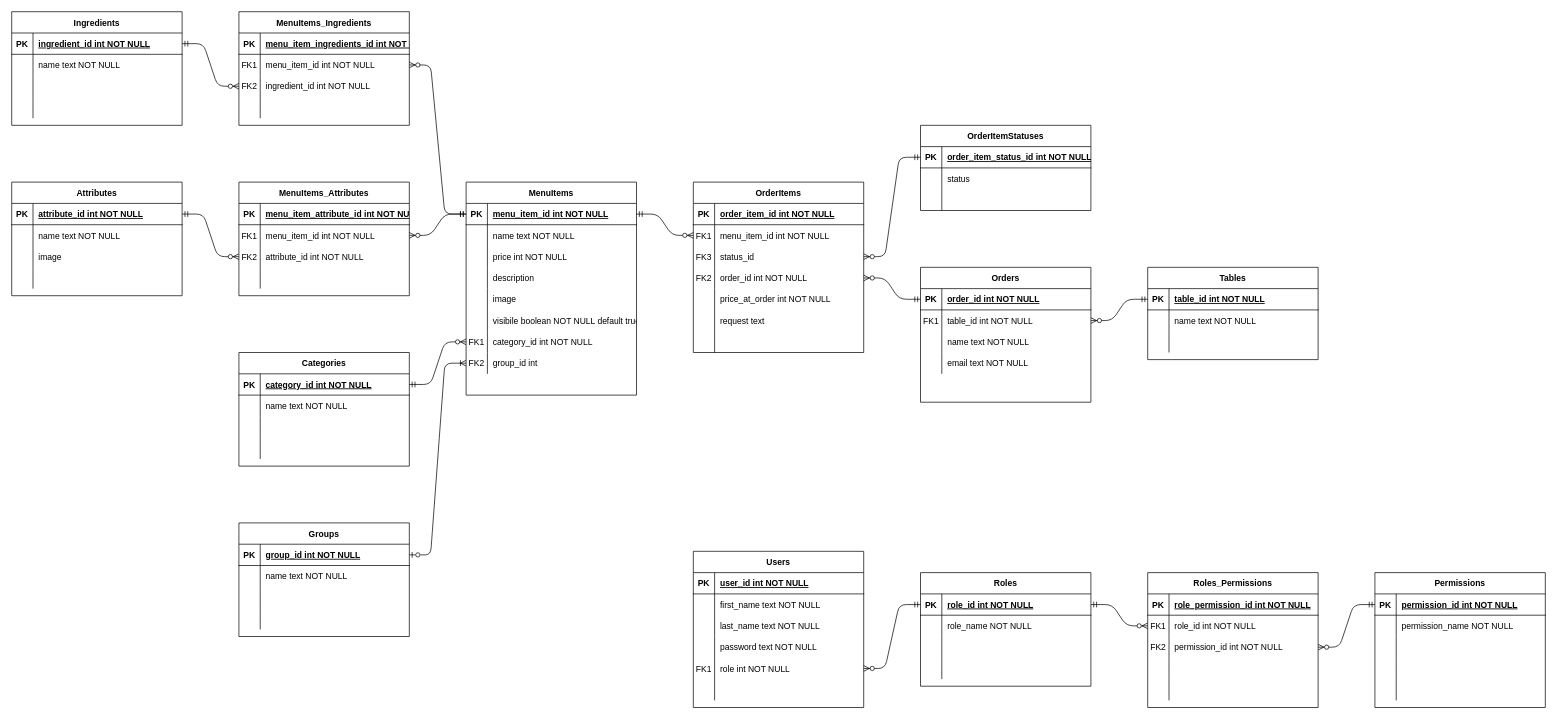
This is entity_relationship_diagram/entity relationship diagram.drawio from korayleigh/t3a2-b-docs, a draw.io file, before an edit. Source tidied: cells renumbered, new cells numbered last; positions are measured from the earlier drawing's top-left corner, leaving out a move shared by most shapes. Both pictures are drawn from the tidied source at 71%, with x=0, y=0 at pixel (11, 11).
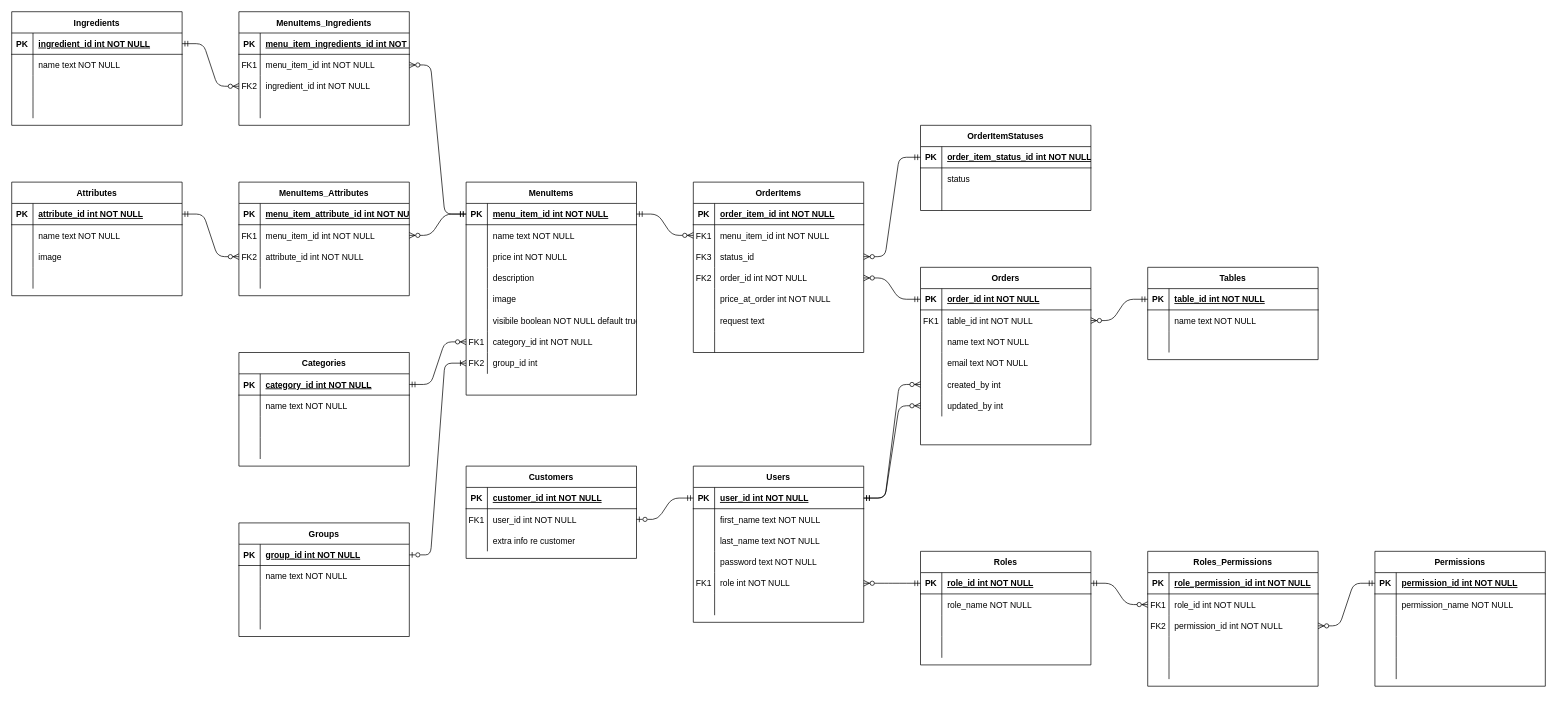
The same diagram, later.

Commit message:
add users/customers tables

The change refers to these unchanged cells:
```xml
<mxCell id="41" style="shape=partialRectangle;fillColor=none;points=[[0,0.5],[1,0.5]];portConstraint=eastwest;top=0;left=0;right=0;bottom=1;" parent="40" vertex="1">
  <mxGeometry y="30" width="240" height="30" as="geometry" />
</mxCell>
```

What changed in the source:
```diff
@@
     <mxCell id="2" value="Orders" style="shape=table;startSize=30;childLayout=tableLayout;rowLines=0;fontStyle=1;align=center;" parent="1" vertex="1">
-      <mxGeometry x="1280" y="360" width="240" height="190" as="geometry" />
+      <mxGeometry x="1280" y="360" width="240" height="250" as="geometry" />
     </mxCell>
@@
+    <mxCell id="237" style="shape=partialRectangle;fillColor=none;points=[[0,0.5],[1,0.5]];portConstraint=eastwest;top=0;left=0;right=0;bottom=0;" parent="2" vertex="1">
+      <mxGeometry y="150" width="240" height="30" as="geometry" />
+    </mxCell>
+    <mxCell id="238" style="shape=partialRectangle;overflow=hidden;fillColor=none;top=0;left=0;bottom=0;right=0;" parent="237" vertex="1">
+      <mxGeometry width="30" height="30" as="geometry" />
+    </mxCell>
+    <mxCell id="239" value="created_by int" style="shape=partialRectangle;overflow=hidden;fillColor=none;top=0;left=0;bottom=0;right=0;align=left;spacingLeft=6;" parent="237" vertex="1">
+      <mxGeometry x="30" width="210" height="30" as="geometry" />
+    </mxCell>
+    <mxCell id="240" style="shape=partialRectangle;fillColor=none;points=[[0,0.5],[1,0.5]];portConstraint=eastwest;top=0;left=0;right=0;bottom=0;" parent="2" vertex="1">
+      <mxGeometry y="180" width="240" height="30" as="geometry" />
+    </mxCell>
+    <mxCell id="241" style="shape=partialRectangle;overflow=hidden;fillColor=none;top=0;left=0;bottom=0;right=0;" parent="240" vertex="1">
+      <mxGeometry width="30" height="30" as="geometry" />
+    </mxCell>
+    <mxCell id="242" value="updated_by int" style="shape=partialRectangle;overflow=hidden;fillColor=none;top=0;left=0;bottom=0;right=0;align=left;spacingLeft=6;" parent="240" vertex="1">
+      <mxGeometry x="30" width="210" height="30" as="geometry" />
+    </mxCell>
@@
     <mxCell id="40" value="Users" style="shape=table;startSize=30;childLayout=tableLayout;rowLines=0;fontStyle=1;align=center;" parent="1" vertex="1">
-      <mxGeometry x="960" y="760" width="240" height="220" as="geometry" />
+      <mxGeometry x="960" y="640" width="240" height="220" as="geometry" />
     </mxCell>
@@
     <mxCell id="59" value="Roles" style="shape=table;startSize=30;childLayout=tableLayout;rowLines=0;fontStyle=1;align=center;" parent="1" vertex="1">
-      <mxGeometry x="1280" y="790" width="240" height="160" as="geometry" />
+      <mxGeometry x="1280" y="760" width="240" height="160" as="geometry" />
     </mxCell>
@@
     <mxCell id="97" value="Permissions" style="shape=table;startSize=30;childLayout=tableLayout;rowLines=0;fontStyle=1;align=center;" parent="1" vertex="1">
-      <mxGeometry x="1920" y="790" width="240" height="190" as="geometry" />
+      <mxGeometry x="1920" y="760" width="240" height="190" as="geometry" />
     </mxCell>
@@
     <mxCell id="114" value="Roles_Permissions" style="shape=table;startSize=30;childLayout=tableLayout;rowLines=0;fontStyle=1;align=center;" parent="1" vertex="1">
-      <mxGeometry x="1600" y="790" width="240" height="190" as="geometry" />
+      <mxGeometry x="1600" y="760" width="240" height="190" as="geometry" />
     </mxCell>
@@
+    <mxCell id="243" value="Customers" style="shape=table;startSize=30;childLayout=tableLayout;rowLines=0;fontStyle=1;align=center;" parent="1" vertex="1">
+      <mxGeometry x="640" y="640" width="240" height="130" as="geometry" />
+    </mxCell>
+    <mxCell id="244" style="shape=partialRectangle;fillColor=none;top=0;left=0;right=0;bottom=1;" parent="243" vertex="1">
+      <mxGeometry y="30" width="240" height="30" as="geometry" />
+    </mxCell>
+    <mxCell id="245" value="PK" style="shape=partialRectangle;overflow=hidden;fillColor=none;top=0;left=0;bottom=0;right=0;fontStyle=1;" parent="244" vertex="1">
+      <mxGeometry width="30" height="30" as="geometry" />
+    </mxCell>
+    <mxCell id="246" value="customer_id int NOT NULL " style="shape=partialRectangle;overflow=hidden;fillColor=none;top=0;left=0;bottom=0;right=0;align=left;spacingLeft=6;fontStyle=5;" parent="244" vertex="1">
+      <mxGeometry x="30" width="210" height="30" as="geometry" />
+    </mxCell>
+    <mxCell id="247" style="shape=partialRectangle;fillColor=none;points=[[0,0.5],[1,0.5]];portConstraint=eastwest;top=0;left=0;right=0;bottom=0;" parent="243" vertex="1">
+      <mxGeometry y="60" width="240" height="30" as="geometry" />
+    </mxCell>
+    <mxCell id="248" value="FK1" style="shape=partialRectangle;overflow=hidden;fillColor=none;top=0;left=0;bottom=0;right=0;" parent="247" vertex="1">
+      <mxGeometry width="30" height="30" as="geometry" />
+    </mxCell>
+    <mxCell id="249" value="user_id int NOT NULL" style="shape=partialRectangle;overflow=hidden;fillColor=none;top=0;left=0;bottom=0;right=0;align=left;spacingLeft=6;" parent="247" vertex="1">
+      <mxGeometry x="30" width="210" height="30" as="geometry" />
+    </mxCell>
+    <mxCell id="250" style="shape=partialRectangle;fillColor=none;top=0;left=0;right=0;bottom=0;" parent="243" vertex="1">
+      <mxGeometry y="90" width="240" height="30" as="geometry" />
+    </mxCell>
+    <mxCell id="251" style="shape=partialRectangle;overflow=hidden;fillColor=none;top=0;left=0;bottom=0;right=0;" parent="250" vertex="1">
+      <mxGeometry width="30" height="30" as="geometry" />
+    </mxCell>
+    <mxCell id="252" value="extra info re customer" style="shape=partialRectangle;overflow=hidden;fillColor=none;top=0;left=0;bottom=0;right=0;align=left;spacingLeft=6;" parent="250" vertex="1">
+      <mxGeometry x="30" width="210" height="30" as="geometry" />
+    </mxCell>
+    <mxCell id="253" style="edgeStyle=entityRelationEdgeStyle;fontSize=12;html=1;endArrow=ERzeroToMany;startArrow=ERmandOne;rounded=1;exitX=1;exitY=0.5;exitDx=0;exitDy=0;entryX=0;entryY=0.5;entryDx=0;entryDy=0;" parent="1" edge="1" source="41" target="237">
+      <mxGeometry relative="1" as="geometry" />
+    </mxCell>
+    <mxCell id="254" style="edgeStyle=entityRelationEdgeStyle;fontSize=12;html=1;endArrow=ERzeroToOne;startArrow=ERmandOne;rounded=1;entryX=1;entryY=0.5;entryDx=0;entryDy=0;endFill=0;" parent="1" edge="1" source="41" target="247">
+      <mxGeometry relative="1" as="geometry" />
+    </mxCell>
+    <mxCell id="255" style="edgeStyle=entityRelationEdgeStyle;fontSize=12;html=1;endArrow=ERzeroToMany;startArrow=ERmandOne;rounded=1;exitX=1;exitY=0.5;exitDx=0;exitDy=0;entryX=0;entryY=0.5;entryDx=0;entryDy=0;" parent="1" edge="1" source="41" target="240">
+      <mxGeometry relative="1" as="geometry" />
+    </mxCell>
```
